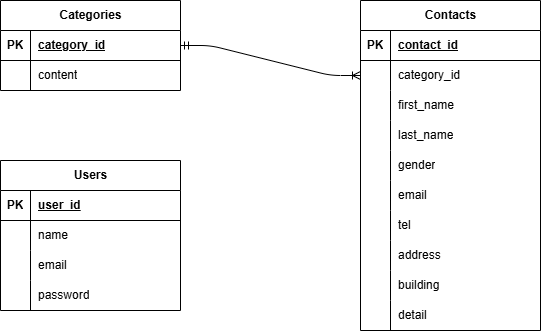
This is src/ER.drawio.png from misaki-nonaka/confirmation-test1, a draw.io export, as it was before one commit. Source tidied: cells renumbered, new cells last; positions are measured from the earlier drawing's top-left corner, leaving out a move shared by most shapes.
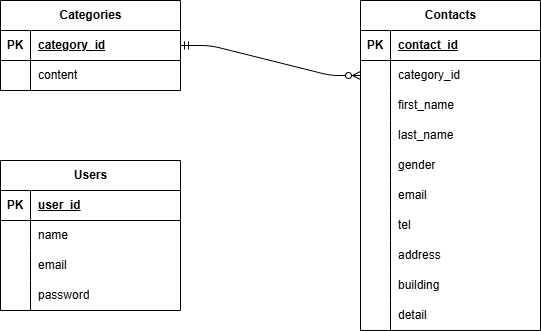
After the change.

The edit, as a diff of the source:
```diff
@@ -116,7 +116,7 @@
     <mxCell id="39" value="content" style="shape=partialRectangle;fillColor=none;top=0;left=0;bottom=0;right=0;align=left;spacingLeft=6;overflow=hidden;whiteSpace=wrap;html=1;" parent="37" vertex="1">
       <mxGeometry x="30" width="150" height="30" as="geometry" />
     </mxCell>
-    <mxCell id="40" style="edgeStyle=entityRelationEdgeStyle;fontSize=12;html=1;endArrow=ERoneToMany;startArrow=ERmandOne;exitX=1;exitY=0.5;exitDx=0;exitDy=0;entryX=0;entryY=0.5;entryDx=0;entryDy=0;" parent="1" edge="1" source="34" target="6">
+    <mxCell id="40" style="edgeStyle=entityRelationEdgeStyle;fontSize=12;html=1;endArrow=ERzeroToMany;startArrow=ERmandOne;exitX=1;exitY=0.5;exitDx=0;exitDy=0;entryX=0;entryY=0.5;entryDx=0;entryDy=0;endFill=0;" parent="1" edge="1" source="34" target="6">
       <mxGeometry relative="1" as="geometry" />
     </mxCell>
     <mxCell id="41" value="Users" style="shape=table;startSize=30;rowLines=0;fontStyle=1;align=center;html=1;" parent="1" vertex="1">
```
